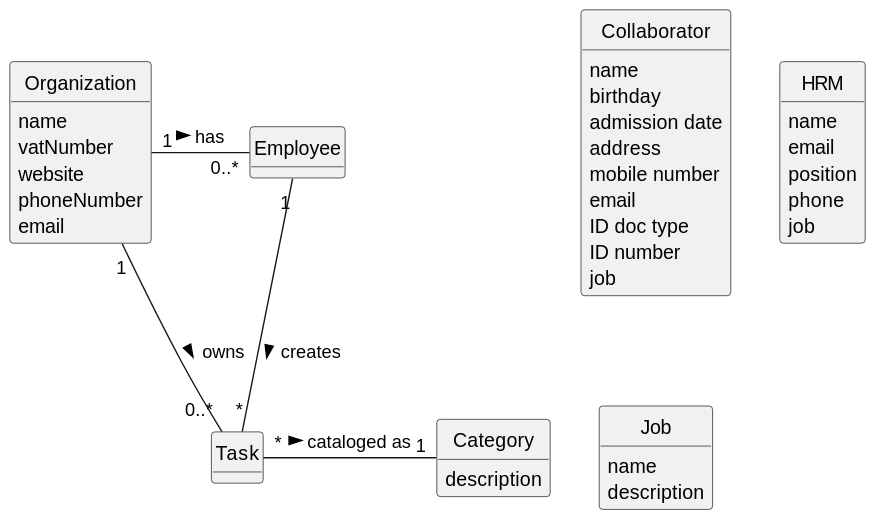
daniel41silva05/ISEP_2023_2024_LAPR2 keeps this PlantUML diagram as docs/sprintA/us003/02.analysis/svg/us003-domain-model.svg. Above is the earlier version.
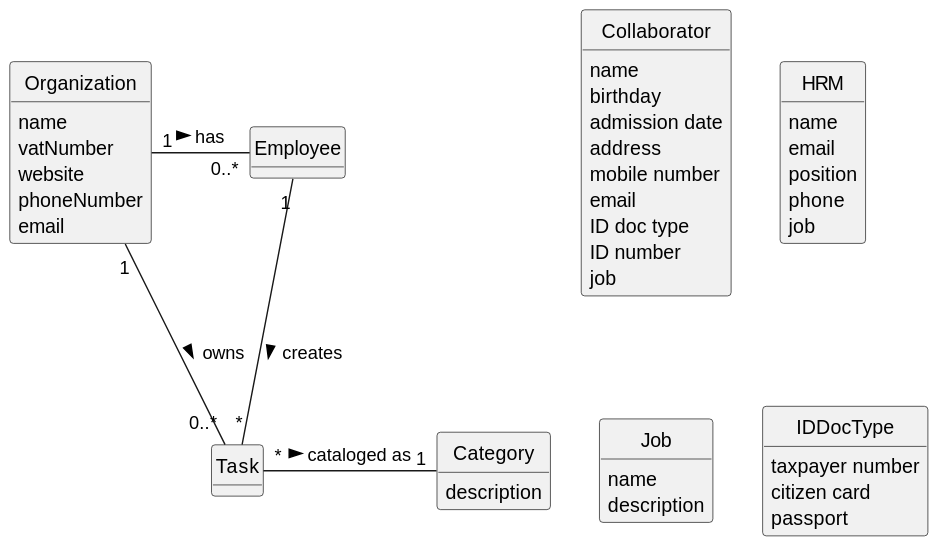
Later version of the same file.

The edit, as a diff of the source:
```diff
@@ -48,6 +48,12 @@
     description
 }
 
+class IDDocType {
+    taxpayer number
+    citizen card
+    passport
+}
+
 
 Organization "1" - "0..*" Employee : has >
 Organization "1" - "0..*" Task: owns >
```
